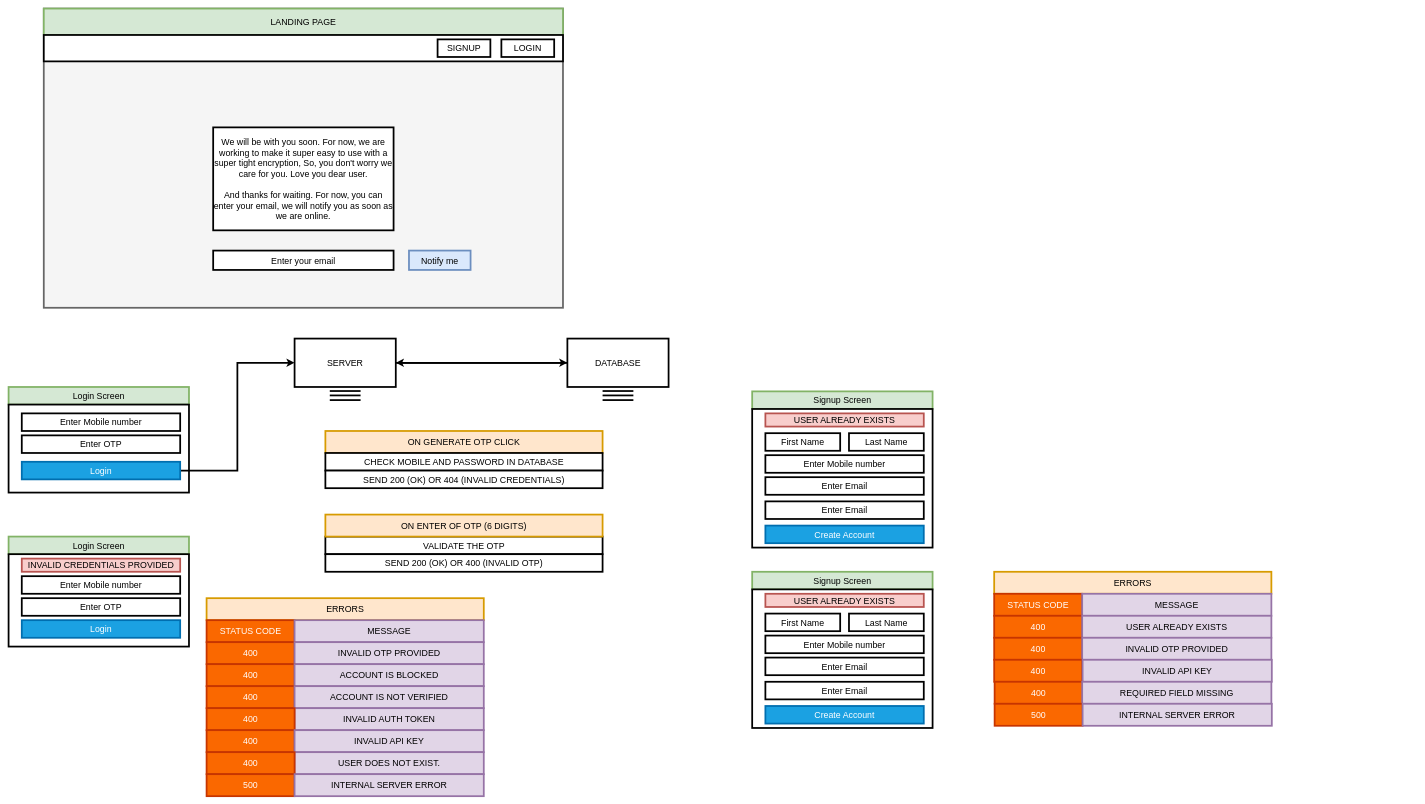
Above: page "Auth Working" (2 of 4) of diagrams/chatting.drawio in devjayantmalik/chatting-web (draw.io), before the change. Source tidied: cells renumbered, new cells numbered last; positions are measured from the earlier drawing's top-left corner, leaving out a move shared by most shapes. Both pictures are drawn from the tidied source at 44%, with x=0, y=0 at pixel (8, 8).
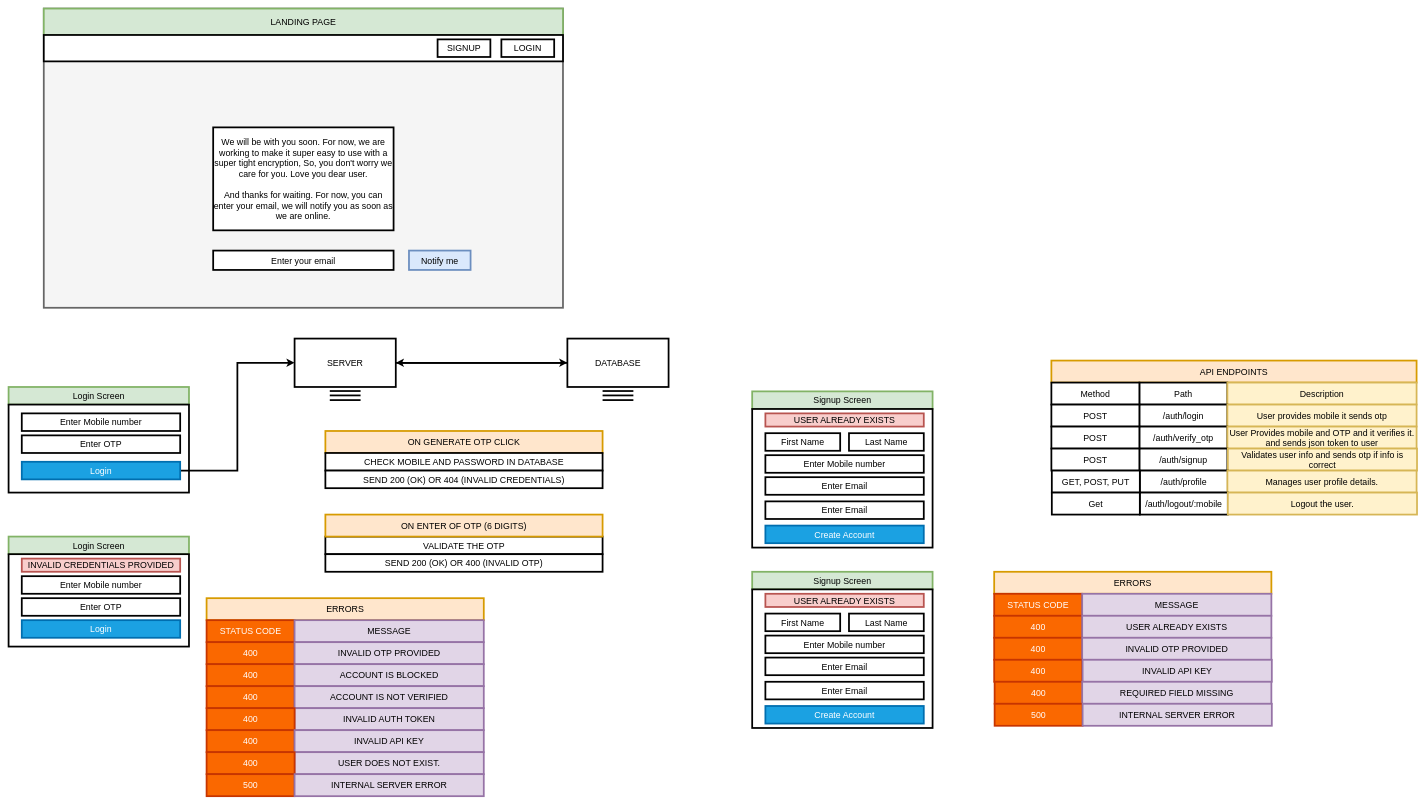
The same diagram, later.

The edit, as a diff of the source:
```diff
@@
+    <mxCell id="88" value="API ENDPOINTS" style="rounded=0;whiteSpace=wrap;html=1;strokeWidth=4;fillColor=#ffe6cc;fontSize=20;strokeColor=#d79b00;" parent="1" vertex="1">
+      <mxGeometry x="2370" y="800" width="830" height="50" as="geometry" />
+    </mxCell>
+    <mxCell id="89" value="Path" style="rounded=0;whiteSpace=wrap;html=1;strokeWidth=4;fontSize=20;" parent="1" vertex="1">
+      <mxGeometry x="2570" y="850" width="200" height="50" as="geometry" />
+    </mxCell>
+    <mxCell id="90" value="Description" style="rounded=0;whiteSpace=wrap;html=1;strokeWidth=4;fillColor=#fff2cc;fontSize=20;strokeColor=#d6b656;" parent="1" vertex="1">
+      <mxGeometry x="2770" y="850" width="430" height="50" as="geometry" />
+    </mxCell>
+    <mxCell id="91" value="/auth/login" style="rounded=0;whiteSpace=wrap;html=1;strokeWidth=4;fontSize=20;" parent="1" vertex="1">
+      <mxGeometry x="2570" y="900" width="200" height="50" as="geometry" />
+    </mxCell>
+    <mxCell id="92" value="User provides mobile it sends otp" style="rounded=0;whiteSpace=wrap;html=1;strokeWidth=4;fillColor=#fff2cc;fontSize=20;strokeColor=#d6b656;" parent="1" vertex="1">
+      <mxGeometry x="2770" y="900" width="430" height="50" as="geometry" />
+    </mxCell>
+    <mxCell id="93" value="/auth/verify_otp" style="rounded=0;whiteSpace=wrap;html=1;strokeWidth=4;fontSize=20;" parent="1" vertex="1">
+      <mxGeometry x="2570" y="950" width="200" height="50" as="geometry" />
+    </mxCell>
+    <mxCell id="94" value="User Provides mobile and OTP and it verifies it. and sends json token to user" style="rounded=0;whiteSpace=wrap;html=1;strokeWidth=4;fillColor=#fff2cc;fontSize=20;strokeColor=#d6b656;" parent="1" vertex="1">
+      <mxGeometry x="2770" y="950" width="430" height="50" as="geometry" />
+    </mxCell>
+    <mxCell id="95" value="/auth/signup" style="rounded=0;whiteSpace=wrap;html=1;strokeWidth=4;fontSize=20;" parent="1" vertex="1">
+      <mxGeometry x="2570" y="1000" width="200" height="50" as="geometry" />
+    </mxCell>
+    <mxCell id="96" value="Validates user info and sends otp if info is correct" style="rounded=0;whiteSpace=wrap;html=1;strokeWidth=4;fillColor=#fff2cc;fontSize=20;strokeColor=#d6b656;" parent="1" vertex="1">
+      <mxGeometry x="2771" y="1000" width="430" height="50" as="geometry" />
+    </mxCell>
+    <mxCell id="97" value="/auth/profile" style="rounded=0;whiteSpace=wrap;html=1;strokeWidth=4;fontSize=20;" parent="1" vertex="1">
+      <mxGeometry x="2571" y="1050" width="200" height="50" as="geometry" />
+    </mxCell>
+    <mxCell id="98" value="Manages user profile details." style="rounded=0;whiteSpace=wrap;html=1;strokeWidth=4;fillColor=#fff2cc;fontSize=20;strokeColor=#d6b656;" parent="1" vertex="1">
+      <mxGeometry x="2770" y="1050" width="430" height="50" as="geometry" />
+    </mxCell>
+    <mxCell id="99" value="/auth/logout/:mobile" style="rounded=0;whiteSpace=wrap;html=1;strokeWidth=4;fontSize=20;" parent="1" vertex="1">
+      <mxGeometry x="2571" y="1100" width="200" height="50" as="geometry" />
+    </mxCell>
+    <mxCell id="100" value="Logout the user." style="rounded=0;whiteSpace=wrap;html=1;strokeWidth=4;fillColor=#fff2cc;fontSize=20;strokeColor=#d6b656;" parent="1" vertex="1">
+      <mxGeometry x="2771" y="1100" width="430" height="50" as="geometry" />
+    </mxCell>
+    <mxCell id="101" value="Method" style="rounded=0;whiteSpace=wrap;html=1;strokeWidth=4;fontSize=20;" parent="1" vertex="1">
+      <mxGeometry x="2370" y="850" width="200" height="50" as="geometry" />
+    </mxCell>
+    <mxCell id="102" value="POST" style="rounded=0;whiteSpace=wrap;html=1;strokeWidth=4;fontSize=20;" parent="1" vertex="1">
+      <mxGeometry x="2370" y="900" width="200" height="50" as="geometry" />
+    </mxCell>
+    <mxCell id="103" value="POST" style="rounded=0;whiteSpace=wrap;html=1;strokeWidth=4;fontSize=20;" parent="1" vertex="1">
+      <mxGeometry x="2370" y="950" width="200" height="50" as="geometry" />
+    </mxCell>
+    <mxCell id="104" value="POST" style="rounded=0;whiteSpace=wrap;html=1;strokeWidth=4;fontSize=20;" parent="1" vertex="1">
+      <mxGeometry x="2370" y="1000" width="200" height="50" as="geometry" />
+    </mxCell>
+    <mxCell id="105" value="GET, POST, PUT" style="rounded=0;whiteSpace=wrap;html=1;strokeWidth=4;fontSize=20;" parent="1" vertex="1">
+      <mxGeometry x="2371" y="1050" width="200" height="50" as="geometry" />
+    </mxCell>
+    <mxCell id="106" value="Get" style="rounded=0;whiteSpace=wrap;html=1;strokeWidth=4;fontSize=20;" parent="1" vertex="1">
+      <mxGeometry x="2371" y="1100" width="200" height="50" as="geometry" />
+    </mxCell>
```
